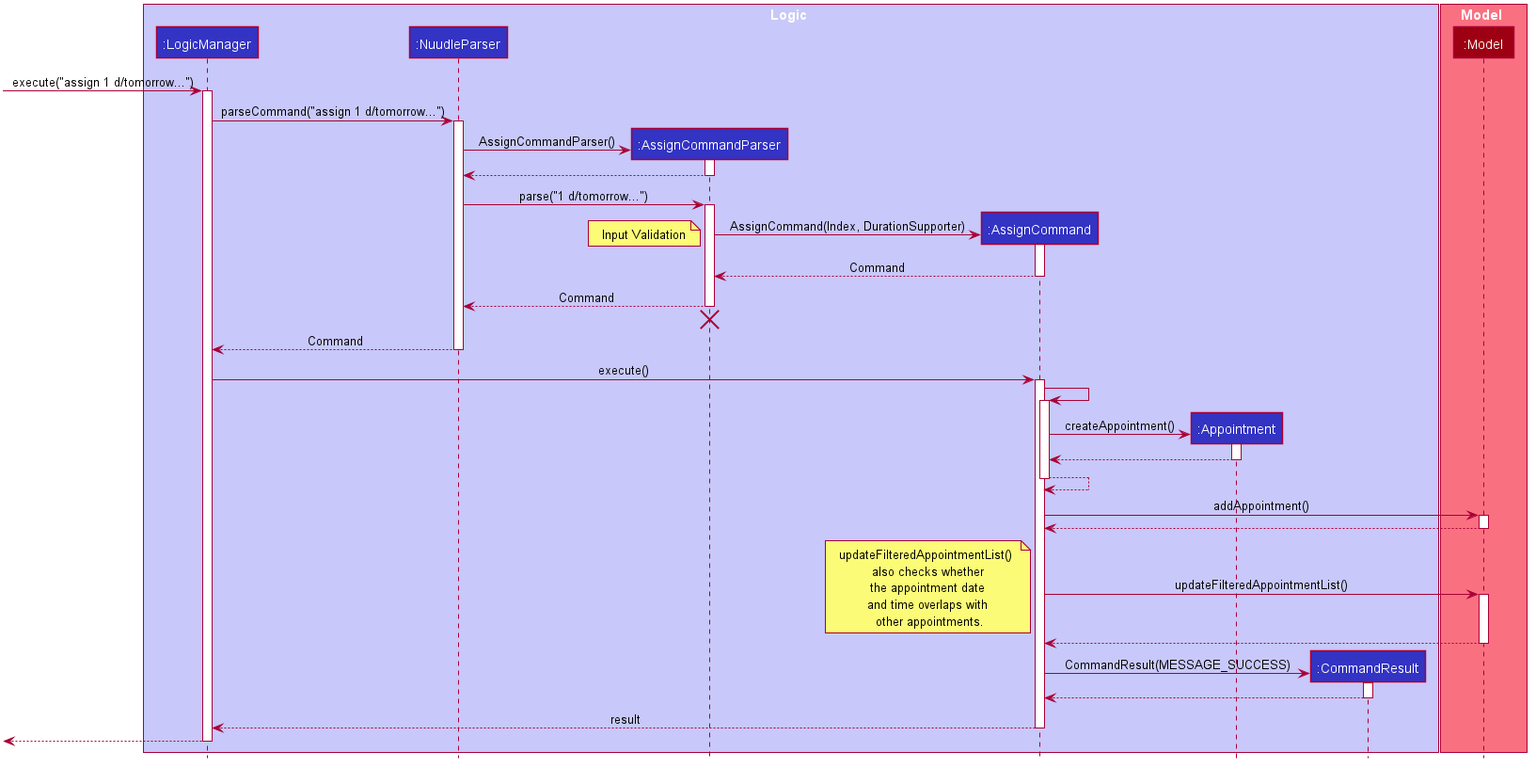
Before: docs/images/AssignSequenceDiagram.png, a diagram exported from PlantUML (xz0127/tp). The source it was exported from:
```plantuml
@startuml








skinparam BackgroundColor #FFFFFFF

skinparam Shadowing false

skinparam Class {
    FontColor #FFFFFF
    BorderThickness 1
    BorderColor #FFFFFF
    StereotypeFontColor #FFFFFF
    FontName Arial
}

skinparam Actor {
    BorderColor #000000
    Color #000000
    FontName Arial
}

skinparam Sequence {
    MessageAlign center
    BoxFontSize 15
    BoxPadding 0
    BoxFontColor #FFFFFF
    FontName Arial
}

skinparam Participant {
    FontColor #FFFFFFF
    Padding 20
}

skinparam MinClassWidth 50
skinparam ParticipantPadding 10
skinparam Shadowing false
skinparam DefaultTextAlignment center
skinparam packageStyle Rectangle

hide footbox
hide members
hide circle

box Logic #C8C8FA
participant ":LogicManager" as LogicManager #3333C4
participant ":NuudleParser" as NuudleParser #3333C4
participant ":AssignCommandParser" as AssignCommandParser #3333C4
participant ":AssignCommand" as AssignCommand #3333C4
participant ":Appointment" as Appointment #3333C4
participant ":CommandResult" as CommandResult #3333C4

end box

box Model #F97181
participant ":Model" as Model #9D0012
end box

[-> LogicManager : execute("assign 1 d/tomorrow...")
activate LogicManager

LogicManager -> NuudleParser : parseCommand("assign 1 d/tomorrow...")
activate NuudleParser

create AssignCommandParser
NuudleParser -> AssignCommandParser: AssignCommandParser()
activate AssignCommandParser

AssignCommandParser --> NuudleParser
deactivate AssignCommandParser

NuudleParser -> AssignCommandParser : parse("1 d/tomorrow...")
activate AssignCommandParser

create AssignCommand
AssignCommandParser -> AssignCommand: AssignCommand(Index, DurationSupporter)
note left: Input Validation
activate AssignCommand

AssignCommand --> AssignCommandParser: Command
deactivate AssignCommand

AssignCommandParser --> NuudleParser: Command
deactivate AssignCommandParser
AssignCommandParser -[hidden]-> NuudleParser
destroy AssignCommandParser

NuudleParser --> LogicManager: Command
deactivate NuudleParser

LogicManager -> AssignCommand : execute()
activate AssignCommand

AssignCommand -> AssignCommand
activate AssignCommand

create Appointment
AssignCommand -> Appointment: createAppointment()
activate Appointment

Appointment --> AssignCommand
deactivate Appointment

AssignCommand --> AssignCommand
deactivate AssignCommand

AssignCommand -> Model : addAppointment()
activate Model

Model --> AssignCommand
deactivate Model

AssignCommand -> Model : updateFilteredAppointmentList()
activate Model

note left: updateFilteredAppointmentList() \n also checks whether \n the appointment date \n and time overlaps with \n other appointments.

Model --> AssignCommand
deactivate Model

create CommandResult
AssignCommand -> CommandResult: CommandResult(MESSAGE_SUCCESS)
activate CommandResult

CommandResult --> AssignCommand
deactivate CommandResult

AssignCommand --> LogicManager : result
deactivate AssignCommand

[<--LogicManager
deactivate LogicManager
@enduml
```
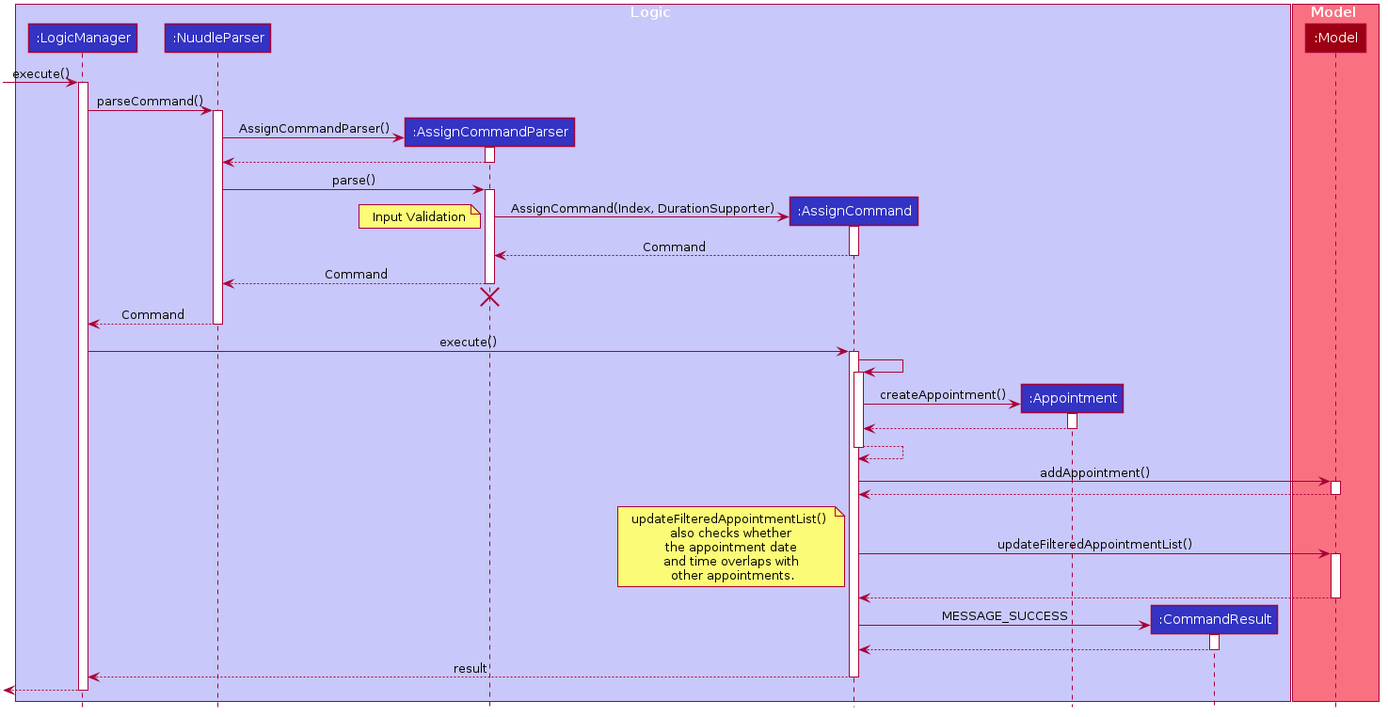
Above is the later version.

Commit message:
Generate PNG images for PlantUML diagrams

Diff of the diagram source:
```diff
@@ -62,10 +62,10 @@
 participant ":Model" as Model #9D0012
 end box
 
-[-> LogicManager : execute("assign 1 d/tomorrow...")
+[-> LogicManager : execute()
 activate LogicManager
 
-LogicManager -> NuudleParser : parseCommand("assign 1 d/tomorrow...")
+LogicManager -> NuudleParser : parseCommand()
 activate NuudleParser
 
 create AssignCommandParser
@@ -75,7 +75,7 @@
 AssignCommandParser --> NuudleParser
 deactivate AssignCommandParser
 
-NuudleParser -> AssignCommandParser : parse("1 d/tomorrow...")
+NuudleParser -> AssignCommandParser : parse()
 activate AssignCommandParser
 
 create AssignCommand
@@ -125,7 +125,7 @@
 deactivate Model
 
 create CommandResult
-AssignCommand -> CommandResult: CommandResult(MESSAGE_SUCCESS)
+AssignCommand -> CommandResult: MESSAGE_SUCCESS
 activate CommandResult
 
 CommandResult --> AssignCommand
```
